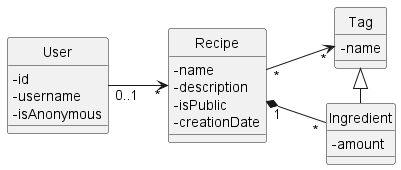
Above: diagrams/classDiagram_entities.png in matsimko/recipes-by-ingredients (PlantUML), before the change.
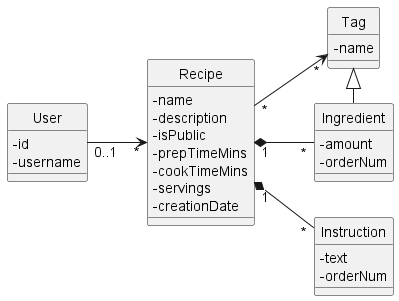
Above is the later version.

Commit message:
Update class diagrams

Change to the diagram source:
```diff
@@ -5,6 +5,7 @@
     User "0..1" --> "*" Recipe
     Recipe "*" --> "*" Tag
     Recipe "1" *-- "*" Ingredient
+    Recipe "1" *-- "*" Instruction
     Tag <|- Ingredient
 
 
@@ -12,19 +13,28 @@
         -name
         -description
         -isPublic
+        -prepTimeMins
+        -cookTimeMins
+        -servings
         -creationDate
     }
+
     class Ingredient{
         -amount
+        -orderNum
     }
 
     class Tag{
         -name
     }
 
+    class Instruction{
+        -text
+        -orderNum
+    }
+
     class User{
         -id
         -username
-        -isAnonymous
     }
 @enduml
```
